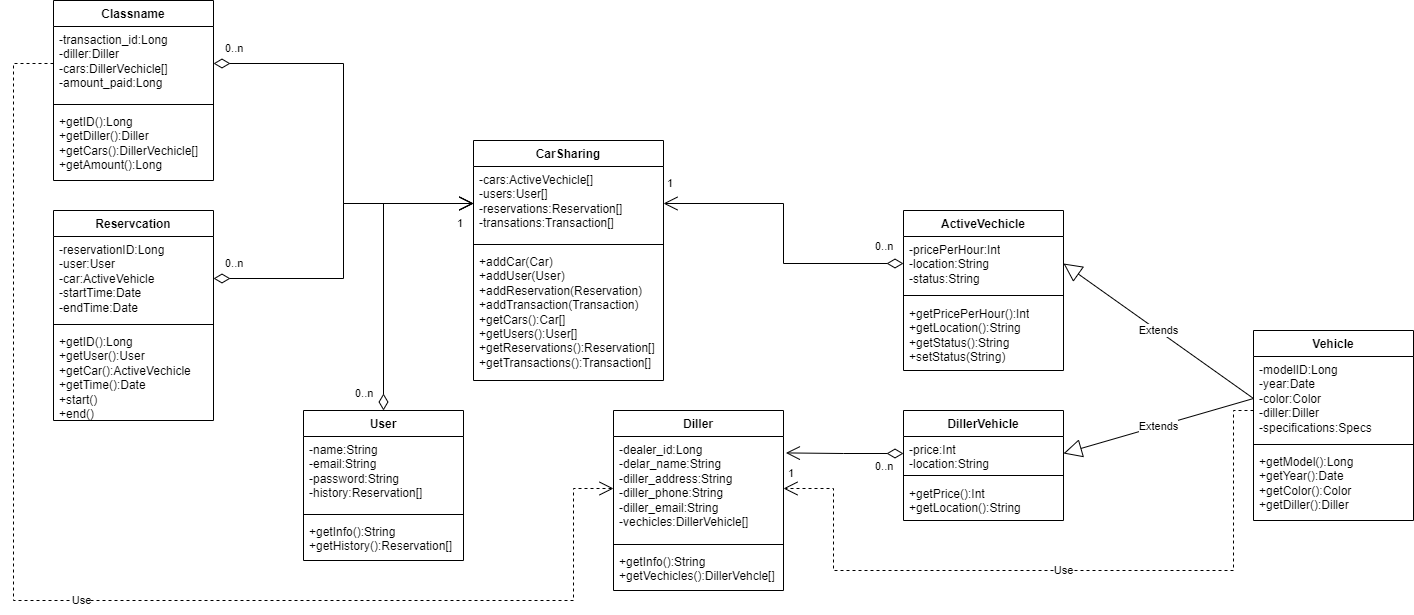
Before: 2course2semestr/BD/Prakt3/prakt_3_class.drawio.png, a diagram exported from draw.io (MShizikU/unik). Source tidied: cells renumbered, new cells last; positions are measured from the earlier drawing's top-left corner, leaving out a move shared by most shapes.
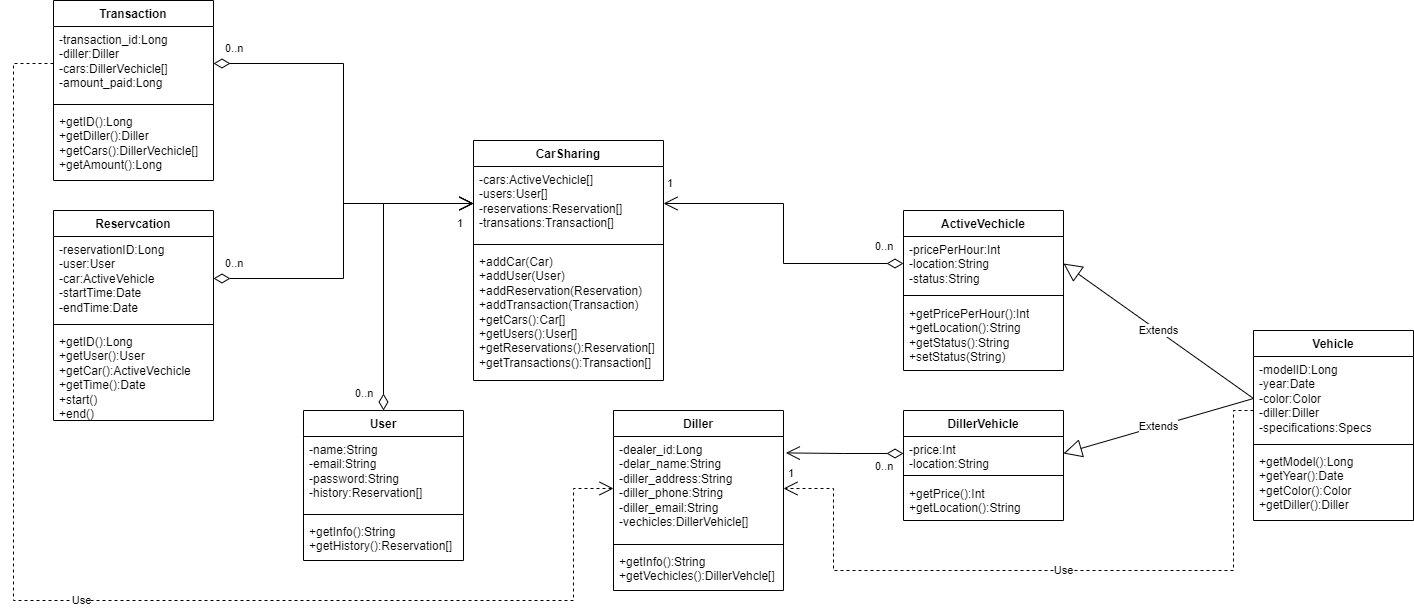
The same file after the commit.

Diff of the diagram source:
```diff
@@ -155,7 +155,7 @@
         <mxPoint x="-10" y="7" as="offset" />
       </mxGeometry>
     </mxCell>
-    <mxCell id="45" value="Classname" style="swimlane;fontStyle=1;align=center;verticalAlign=top;horizontal=1;startSize=26;whiteSpace=wrap;html=1;" parent="1" vertex="1">
+    <mxCell id="45" value="Transaction" style="swimlane;fontStyle=1;align=center;verticalAlign=top;horizontal=1;startSize=26;whiteSpace=wrap;html=1;" parent="1" vertex="1">
       <mxGeometry x="40" width="160" height="180" as="geometry" />
     </mxCell>
     <mxCell id="46" value="-transaction_id:Long&lt;br&gt;-diller:Diller&lt;br&gt;-cars:DillerVechicle[]&lt;br&gt;-amount_paid:Long" style="text;strokeColor=none;fillColor=none;align=left;verticalAlign=top;spacingLeft=4;spacingRight=4;overflow=hidden;points=[[0,0.5],[1,0.5]];portConstraint=eastwest;whiteSpace=wrap;html=1;" parent="45" vertex="1">
```
